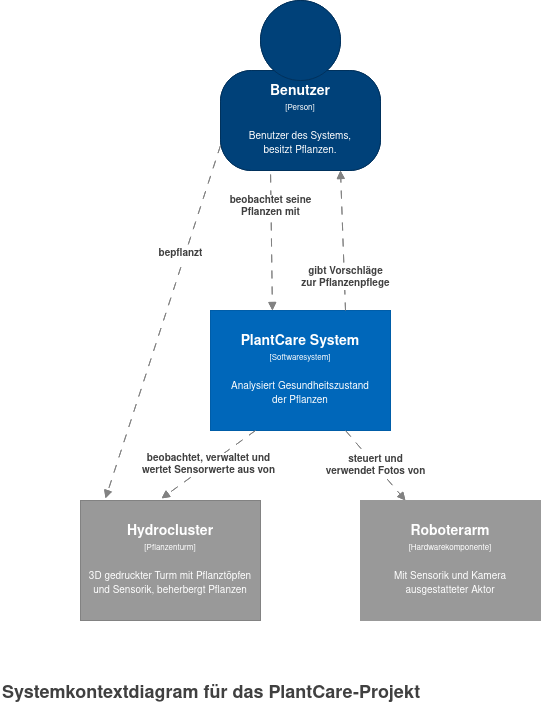
Above: c4.drawio.png in Feanya/pc-c4graphs (draw.io), before the change. Source tidied: cells renumbered, new cells last; positions are measured from the earlier drawing's top-left corner, leaving out a move shared by most shapes.
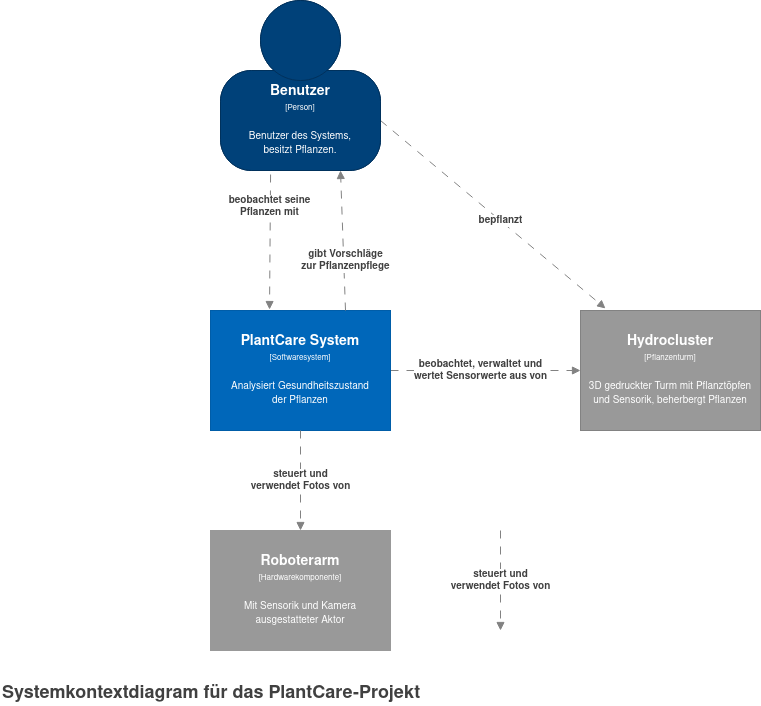
The same file after the commit.

Commit message:
C2 Update der Kanten

The edit, as a diff of the source:
```diff
@@ -22,7 +22,7 @@
     </object>
     <object id="6" label="&lt;div&gt;&lt;span style=&quot;font-size: 14px&quot;&gt;&lt;b&gt;Hydrocluster&lt;/b&gt;&lt;/span&gt;&lt;/div&gt;&lt;div&gt;&lt;span style=&quot;font-size: 8px&quot;&gt;[Pflanzenturm&lt;/span&gt;&lt;span style=&quot;font-size: 8px&quot;&gt;]&lt;/span&gt;&lt;/div&gt;&lt;div&gt;&lt;span style=&quot;font-size: 8px&quot;&gt;&lt;br&gt;&lt;/span&gt;&lt;/div&gt;&lt;div&gt;&lt;font size=&quot;1&quot;&gt;3D gedruckter Turm mit Pflanztöpfen und Sensorik, beherbergt Pflanzen&lt;br&gt;&lt;/font&gt;&lt;/div&gt;" description="Description of Software System" name="External System Name" placeholders="1">
       <mxCell style="rounded=0;whiteSpace=wrap;html=1;fontColor=#FFFFFF;strokeColor=#828282;fillColor=#999999;" parent="1" vertex="1">
-        <mxGeometry x="80" y="500" width="180" height="120" as="geometry" />
+        <mxGeometry x="580" y="310" width="180" height="120" as="geometry" />
       </mxCell>
     </object>
     <object id="7" label="&lt;div&gt;&lt;span style=&quot;font-size: 14px&quot;&gt;&lt;b&gt;PlantCare System&lt;br&gt;&lt;/b&gt;&lt;/span&gt;&lt;/div&gt;&lt;div&gt;&lt;span style=&quot;font-size: 8px&quot;&gt;[Softwaresystem]&lt;/span&gt;&lt;/div&gt;&lt;div&gt;&lt;span style=&quot;font-size: 8px&quot;&gt;&lt;br&gt;&lt;/span&gt;&lt;/div&gt;&lt;div&gt;&lt;font size=&quot;1&quot;&gt;Analysiert Gesundheitszustand &lt;br&gt;&lt;/font&gt;&lt;/div&gt;&lt;div&gt;&lt;font size=&quot;1&quot;&gt;der Pflanzen&lt;br&gt;&lt;/font&gt;&lt;/div&gt;" description="Description" name="Software System Name" placeholders="1">
@@ -30,34 +30,14 @@
         <mxGeometry x="210" y="310" width="180" height="120" as="geometry" />
       </mxCell>
     </object>
-    <object id="8" label="&lt;div&gt;&lt;span style=&quot;font-size: 14px&quot;&gt;&lt;b&gt;Roboterarm&lt;/b&gt;&lt;/span&gt;&lt;/div&gt;&lt;div&gt;&lt;span style=&quot;font-size: 8px&quot;&gt;[Hardwarekomponente]&lt;/span&gt;&lt;/div&gt;&lt;div&gt;&lt;span style=&quot;font-size: 8px&quot;&gt;&lt;br&gt;&lt;/span&gt;&lt;/div&gt;&lt;div&gt;&lt;span style=&quot;font-size: 8px&quot;&gt;&lt;font size=&quot;1&quot;&gt;Mit Sensorik und Kamera&lt;/font&gt;&lt;/span&gt;&lt;/div&gt;&lt;div&gt;&lt;span style=&quot;font-size: 8px&quot;&gt;&lt;font size=&quot;1&quot;&gt;ausgestatteter Aktor&lt;/font&gt;&lt;br&gt;&lt;/span&gt;&lt;/div&gt;" description="Description" name="Software System Name" placeholders="1">
-      <mxCell style="rounded=0;whiteSpace=wrap;html=1;fontColor=#FFFFFF;fillColor=#999999;strokeColor=#999999;" parent="1" vertex="1">
-        <mxGeometry x="360" y="500" width="180" height="120" as="geometry" />
-      </mxCell>
-    </object>
-    <object id="9" label="&lt;b&gt;steuert&lt;/b&gt;" name="Dependency Operation Name" placeholders="1" technology="JDBC">
-      <mxCell style="endArrow=block;html=1;fontSize=10;fontColor=#404040;strokeWidth=1;endFill=1;dashed=1;dashPattern=8 8;strokeColor=#828282;elbow=vertical;exitX=0.75;exitY=1;exitDx=0;exitDy=0;entryX=0.25;entryY=0;entryDx=0;entryDy=0;" parent="1" edge="1" source="7" target="8">
-        <mxGeometry relative="1" as="geometry" />
-      </mxCell>
-    </object>
     <object id="10" label="&lt;b&gt;beobachtet, verwaltet und &lt;br&gt;wertet Sensorwerte aus von&lt;br&gt;&lt;/b&gt;" name="Dependency Operation Name" placeholders="1" technology="JDBC">
-      <mxCell style="endArrow=block;html=1;fontSize=10;fontColor=#404040;strokeWidth=1;endFill=1;dashed=1;dashPattern=8 8;strokeColor=#828282;elbow=vertical;exitX=0.25;exitY=1;exitDx=0;exitDy=0;entryX=0.45;entryY=-0.017;entryDx=0;entryDy=0;entryPerimeter=0;" parent="1" edge="1" source="7" target="6">
-        <mxGeometry relative="1" as="geometry" />
+      <mxCell style="endArrow=block;html=1;fontSize=10;fontColor=#404040;strokeWidth=1;endFill=1;dashed=1;dashPattern=8 8;strokeColor=#828282;elbow=vertical;exitX=1;exitY=0.5;exitDx=0;exitDy=0;entryX=0;entryY=0.5;entryDx=0;entryDy=0;" parent="1" edge="1" source="18" target="6">
+        <mxGeometry x="-0.05" relative="1" as="geometry" />
       </mxCell>
     </object>
-    <object id="11" label="&lt;b&gt;gibt Vorschläge &lt;br&gt;zur Pflanzenpflege&lt;br&gt;&lt;/b&gt;" name="Dependency Operation Name" placeholders="1" technology="JDBC">
-      <mxCell style="endArrow=block;html=1;fontSize=10;fontColor=#404040;strokeWidth=1;endFill=1;dashed=1;dashPattern=8 8;strokeColor=#828282;elbow=vertical;exitX=0.75;exitY=0;exitDx=0;exitDy=0;entryX=0.75;entryY=1;entryDx=0;entryDy=0;" parent="1" edge="1" source="7" target="3">
-        <mxGeometry x="-0.53" y="-1" relative="1" as="geometry" />
-      </mxCell>
-    </object>
-    <object id="12" label="&lt;b&gt;beobachtet seine &lt;br&gt;Pflanzen mit&lt;br&gt;&lt;/b&gt;" name="Dependency Operation Name" placeholders="1" technology="JDBC">
-      <mxCell style="endArrow=block;html=1;fontSize=10;fontColor=#404040;strokeWidth=1;endFill=1;dashed=1;dashPattern=8 8;strokeColor=#828282;elbow=vertical;exitX=0.313;exitY=1.04;exitDx=0;exitDy=0;entryX=0.344;entryY=0;entryDx=0;entryDy=0;exitPerimeter=0;entryPerimeter=0;" parent="1" edge="1" source="3" target="7">
-        <mxGeometry x="-0.53" y="-1" relative="1" as="geometry" />
-      </mxCell>
-    </object>
     <object id="13" label="&lt;b&gt;bepflanzt&lt;/b&gt;" name="Dependency Operation Name" placeholders="1" technology="JDBC">
-      <mxCell style="endArrow=block;html=1;fontSize=10;fontColor=#404040;strokeWidth=1;endFill=1;dashed=1;dashPattern=8 8;strokeColor=#828282;elbow=vertical;exitX=0;exitY=0.75;exitDx=0;exitDy=0;entryX=0.139;entryY=-0.017;entryDx=0;entryDy=0;entryPerimeter=0;" parent="1" edge="1" source="3" target="6">
-        <mxGeometry x="-0.38" y="-5" relative="1" as="geometry" />
+      <mxCell style="endArrow=block;html=1;fontSize=10;fontColor=#404040;strokeWidth=1;endFill=1;dashed=1;dashPattern=8 8;strokeColor=#828282;elbow=vertical;exitX=1;exitY=0.5;exitDx=0;exitDy=0;entryX=0.139;entryY=-0.017;entryDx=0;entryDy=0;entryPerimeter=0;" parent="1" edge="1" source="15" target="6">
+        <mxGeometry x="0.07" relative="1" as="geometry" />
       </mxCell>
     </object>
     <object id="14" label="" instruction="edit data of the lower shape within the group" placeholders="1">
@@ -73,11 +53,6 @@
     <mxCell id="16" style="ellipse;whiteSpace=wrap;html=1;strokeColor=#00315C;fillColor=#004179;fontColor=#000000;" parent="14" vertex="1">
       <mxGeometry x="40" width="80" height="80" as="geometry" />
     </mxCell>
-    <object id="17" label="&lt;div&gt;&lt;span style=&quot;font-size: 14px&quot;&gt;&lt;b&gt;Hydrocluster&lt;/b&gt;&lt;/span&gt;&lt;/div&gt;&lt;div&gt;&lt;span style=&quot;font-size: 8px&quot;&gt;[Pflanzenturm&lt;/span&gt;&lt;span style=&quot;font-size: 8px&quot;&gt;]&lt;/span&gt;&lt;/div&gt;&lt;div&gt;&lt;span style=&quot;font-size: 8px&quot;&gt;&lt;br&gt;&lt;/span&gt;&lt;/div&gt;&lt;div&gt;&lt;font size=&quot;1&quot;&gt;3D gedruckter Turm mit Pflanztöpfen und Sensorik, beherbergt Pflanzen&lt;br&gt;&lt;/font&gt;&lt;/div&gt;" description="Description of Software System" name="External System Name" placeholders="1">
-      <mxCell style="rounded=0;whiteSpace=wrap;html=1;fontColor=#FFFFFF;strokeColor=#828282;fillColor=#999999;" parent="1" vertex="1">
-        <mxGeometry x="80" y="500" width="180" height="120" as="geometry" />
-      </mxCell>
-    </object>
     <object id="18" label="&lt;div&gt;&lt;span style=&quot;font-size: 14px&quot;&gt;&lt;b&gt;PlantCare System&lt;br&gt;&lt;/b&gt;&lt;/span&gt;&lt;/div&gt;&lt;div&gt;&lt;span style=&quot;font-size: 8px&quot;&gt;[Softwaresystem]&lt;/span&gt;&lt;/div&gt;&lt;div&gt;&lt;span style=&quot;font-size: 8px&quot;&gt;&lt;br&gt;&lt;/span&gt;&lt;/div&gt;&lt;div&gt;&lt;font size=&quot;1&quot;&gt;Analysiert Gesundheitszustand &lt;br&gt;&lt;/font&gt;&lt;/div&gt;&lt;div&gt;&lt;font size=&quot;1&quot;&gt;der Pflanzen&lt;br&gt;&lt;/font&gt;&lt;/div&gt;" description="Description" name="Software System Name" placeholders="1">
       <mxCell style="rounded=0;whiteSpace=wrap;html=1;fontColor=#FFFFFF;strokeColor=#005DA8;fillColor=#0067BA;" parent="1" vertex="1">
         <mxGeometry x="210" y="310" width="180" height="120" as="geometry" />
@@ -85,33 +60,31 @@
     </object>
     <object id="19" label="&lt;div&gt;&lt;span style=&quot;font-size: 14px&quot;&gt;&lt;b&gt;Roboterarm&lt;/b&gt;&lt;/span&gt;&lt;/div&gt;&lt;div&gt;&lt;span style=&quot;font-size: 8px&quot;&gt;[Hardwarekomponente]&lt;/span&gt;&lt;/div&gt;&lt;div&gt;&lt;span style=&quot;font-size: 8px&quot;&gt;&lt;br&gt;&lt;/span&gt;&lt;/div&gt;&lt;div&gt;&lt;span style=&quot;font-size: 8px&quot;&gt;&lt;font size=&quot;1&quot;&gt;Mit Sensorik und Kamera&lt;/font&gt;&lt;/span&gt;&lt;/div&gt;&lt;div&gt;&lt;span style=&quot;font-size: 8px&quot;&gt;&lt;font size=&quot;1&quot;&gt;ausgestatteter Aktor&lt;/font&gt;&lt;br&gt;&lt;/span&gt;&lt;/div&gt;" description="Description" name="Software System Name" placeholders="1">
       <mxCell style="rounded=0;whiteSpace=wrap;html=1;fontColor=#FFFFFF;fillColor=#999999;strokeColor=#999999;" parent="1" vertex="1">
-        <mxGeometry x="360" y="500" width="180" height="120" as="geometry" />
+        <mxGeometry x="210" y="530" width="180" height="120" as="geometry" />
       </mxCell>
     </object>
     <object id="20" label="&lt;b&gt;steuert und &lt;br&gt;verwendet Fotos von&lt;br&gt;&lt;/b&gt;" name="Dependency Operation Name" placeholders="1" technology="JDBC">
-      <mxCell style="endArrow=block;html=1;fontSize=10;fontColor=#404040;strokeWidth=1;endFill=1;dashed=1;dashPattern=8 8;strokeColor=#828282;elbow=vertical;exitX=0.75;exitY=1;exitDx=0;exitDy=0;entryX=0.25;entryY=0;entryDx=0;entryDy=0;" parent="1" edge="1" source="18" target="19">
+      <mxCell style="endArrow=block;html=1;fontSize=10;fontColor=#404040;strokeWidth=1;endFill=1;dashed=1;dashPattern=8 8;strokeColor=#828282;elbow=vertical;exitX=0.5;exitY=1;exitDx=0;exitDy=0;entryX=0.5;entryY=0;entryDx=0;entryDy=0;" parent="1" edge="1" source="18" target="19">
         <mxGeometry relative="1" as="geometry" />
       </mxCell>
     </object>
-    <object id="21" label="&lt;b&gt;beobachtet, verwaltet und &lt;br&gt;wertet Sensorwerte aus von&lt;br&gt;&lt;/b&gt;" name="Dependency Operation Name" placeholders="1" technology="JDBC">
-      <mxCell style="endArrow=block;html=1;fontSize=10;fontColor=#404040;strokeWidth=1;endFill=1;dashed=1;dashPattern=8 8;strokeColor=#828282;elbow=vertical;exitX=0.25;exitY=1;exitDx=0;exitDy=0;entryX=0.45;entryY=-0.017;entryDx=0;entryDy=0;entryPerimeter=0;" parent="1" edge="1" source="18" target="17">
-        <mxGeometry relative="1" as="geometry" />
-      </mxCell>
-    </object>
     <object id="22" label="&lt;b&gt;gibt Vorschläge &lt;br&gt;zur Pflanzenpflege&lt;br&gt;&lt;/b&gt;" name="Dependency Operation Name" placeholders="1" technology="JDBC">
       <mxCell style="endArrow=block;html=1;fontSize=10;fontColor=#404040;strokeWidth=1;endFill=1;dashed=1;dashPattern=8 8;strokeColor=#828282;elbow=vertical;exitX=0.75;exitY=0;exitDx=0;exitDy=0;entryX=0.75;entryY=1;entryDx=0;entryDy=0;" parent="1" edge="1" source="18" target="15">
-        <mxGeometry x="-0.53" y="-1" relative="1" as="geometry" />
+        <mxGeometry x="-0.29" y="-2" relative="1" as="geometry" />
       </mxCell>
     </object>
     <object id="23" label="&lt;b&gt;beobachtet seine &lt;br&gt;Pflanzen mit&lt;br&gt;&lt;/b&gt;" name="Dependency Operation Name" placeholders="1" technology="JDBC">
-      <mxCell style="endArrow=block;html=1;fontSize=10;fontColor=#404040;strokeWidth=1;endFill=1;dashed=1;dashPattern=8 8;strokeColor=#828282;elbow=vertical;exitX=0.313;exitY=1.04;exitDx=0;exitDy=0;entryX=0.344;entryY=0;entryDx=0;entryDy=0;exitPerimeter=0;entryPerimeter=0;" parent="1" edge="1" source="15" target="18">
+      <mxCell style="endArrow=block;html=1;fontSize=10;fontColor=#404040;strokeWidth=1;endFill=1;dashed=1;dashPattern=8 8;strokeColor=#828282;elbow=vertical;exitX=0.313;exitY=1.04;exitDx=0;exitDy=0;exitPerimeter=0;entryX=0.328;entryY=-0.008;entryDx=0;entryDy=0;entryPerimeter=0;" parent="1" edge="1" source="15" target="18">
         <mxGeometry x="-0.53" y="-1" relative="1" as="geometry" />
       </mxCell>
     </object>
-    <object id="24" label="&lt;b&gt;bepflanzt&lt;/b&gt;" name="Dependency Operation Name" placeholders="1" technology="JDBC">
-      <mxCell style="endArrow=block;html=1;fontSize=10;fontColor=#404040;strokeWidth=1;endFill=1;dashed=1;dashPattern=8 8;strokeColor=#828282;elbow=vertical;exitX=0;exitY=0.75;exitDx=0;exitDy=0;entryX=0.139;entryY=-0.017;entryDx=0;entryDy=0;entryPerimeter=0;" parent="1" edge="1" source="15" target="17">
-        <mxGeometry x="-0.38" y="-5" relative="1" as="geometry" />
-      </mxCell>
-    </object>
+    <object id="25" label="&lt;b&gt;steuert und &lt;br&gt;verwendet Fotos von&lt;br&gt;&lt;/b&gt;" name="Dependency Operation Name" placeholders="1" technology="JDBC">
+      <mxCell style="endArrow=block;html=1;fontSize=10;fontColor=#404040;strokeWidth=1;endFill=1;dashed=1;dashPattern=8 8;strokeColor=#828282;elbow=vertical;exitX=0.5;exitY=1;exitDx=0;exitDy=0;entryX=0.5;entryY=0;entryDx=0;entryDy=0;" parent="1" edge="1">
+        <mxGeometry relative="1" as="geometry">
+          <mxPoint x="500" y="530" as="sourcePoint" />
+          <mxPoint x="500" y="630" as="targetPoint" />
+        </mxGeometry>
+      </mxCell>
+    </object>
   </root>
 </mxGraphModel>
```
